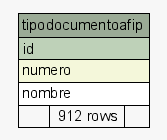
Earlier version of the Graphviz export postgresql/schemaSpy/salida/diagrams/summary/tipodocumentoafip.1degree.png (diegopablomansilla/massoftware_front). Its source is kept beside it as postgresql/schemaSpy/salida/diagrams/summary/tipodocumentoafip.1degree.dot.
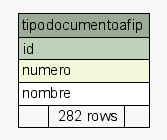
Above is the later version.

The edit, as a diff of the source:
```diff
@@ -22,7 +22,7 @@
       <TR><TD PORT="id" COLSPAN="3" BGCOLOR="#bed1b8" ALIGN="LEFT">id</TD></TR>
       <TR><TD PORT="numero" COLSPAN="3" BGCOLOR="#f4f7da" ALIGN="LEFT">numero</TD></TR>
       <TR><TD PORT="nombre" COLSPAN="3" ALIGN="LEFT">nombre</TD></TR>
-      <TR><TD ALIGN="LEFT" BGCOLOR="#f7f7f7">  </TD><TD ALIGN="RIGHT" BGCOLOR="#f7f7f7">912 rows</TD><TD ALIGN="RIGHT" BGCOLOR="#f7f7f7">  </TD></TR>
+      <TR><TD ALIGN="LEFT" BGCOLOR="#f7f7f7">  </TD><TD ALIGN="RIGHT" BGCOLOR="#f7f7f7">282 rows</TD><TD ALIGN="RIGHT" BGCOLOR="#f7f7f7">  </TD></TR>
     </TABLE>>
     URL="tables/tipodocumentoafip.html"
     tooltip="tipodocumentoafip"
```
